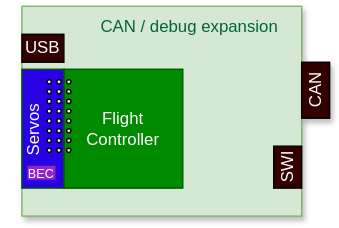
The draw.io diagram documentation/images/PCB_concept.svg in MomoRC-tech/MoGliFC-Flight-Controller, before a commit. Source tidied: cells renumbered, new cells last; positions are measured from the earlier drawing's top-left corner, leaving out a move shared by most shapes.
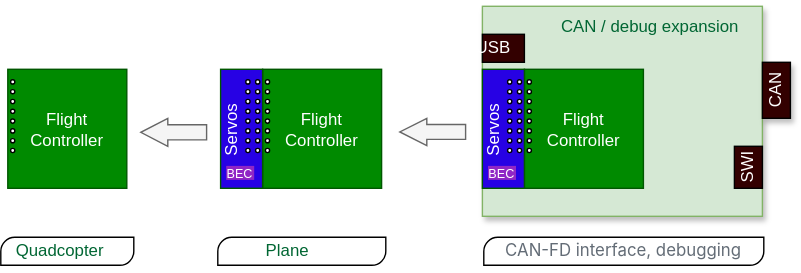
Above is the later version.

What changed in the source:
```diff
@@ -105,10 +105,145 @@
       <mxGeometry x="22" y="20" width="30" height="20" as="geometry" />
     </mxCell>
     <mxCell id="36" value="&lt;font color=&quot;#ffffff&quot;&gt;USB&lt;/font&gt;" style="text;html=1;align=center;verticalAlign=middle;whiteSpace=wrap;rounded=0;rotation=0;" parent="1" vertex="1">
-      <mxGeometry x="7" y="15" width="60" height="30" as="geometry" />
+      <mxGeometry y="15" width="60" height="30" as="geometry" />
     </mxCell>
     <mxCell id="37" value="&lt;font style=&quot;font-size: 9px;&quot;&gt;BEC&lt;/font&gt;" style="rounded=0;whiteSpace=wrap;html=1;fontSize=10;fillColor=#9026c5;strokeColor=none;fontColor=#FFFFFF;" parent="1" vertex="1">
       <mxGeometry x="26" y="114" width="20" height="10" as="geometry" />
     </mxCell>
+    <mxCell id="38" value="Flight&lt;div&gt;Controller&lt;/div&gt;" style="whiteSpace=wrap;html=1;fillColor=#008a00;fontColor=#ffffff;strokeColor=#005700;" parent="1" vertex="1">
+      <mxGeometry x="-317" y="45" width="85" height="85" as="geometry" />
+    </mxCell>
+    <mxCell id="39" style="ellipse;whiteSpace=wrap;html=1;" parent="1" vertex="1">
+      <mxGeometry x="-315" y="52.5" width="3" height="3" as="geometry" />
+    </mxCell>
+    <mxCell id="40" style="ellipse;whiteSpace=wrap;html=1;" parent="1" vertex="1">
+      <mxGeometry x="-315" y="59.5" width="3" height="3" as="geometry" />
+    </mxCell>
+    <mxCell id="41" style="ellipse;whiteSpace=wrap;html=1;" parent="1" vertex="1">
+      <mxGeometry x="-315" y="66.5" width="3" height="3" as="geometry" />
+    </mxCell>
+    <mxCell id="42" style="ellipse;whiteSpace=wrap;html=1;" parent="1" vertex="1">
+      <mxGeometry x="-315" y="73.5" width="3" height="3" as="geometry" />
+    </mxCell>
+    <mxCell id="43" style="ellipse;whiteSpace=wrap;html=1;" parent="1" vertex="1">
+      <mxGeometry x="-315" y="80.5" width="3" height="3" as="geometry" />
+    </mxCell>
+    <mxCell id="44" style="ellipse;whiteSpace=wrap;html=1;" parent="1" vertex="1">
+      <mxGeometry x="-315" y="87.5" width="3" height="3" as="geometry" />
+    </mxCell>
+    <mxCell id="45" style="ellipse;whiteSpace=wrap;html=1;" parent="1" vertex="1">
+      <mxGeometry x="-315" y="94.5" width="3" height="3" as="geometry" />
+    </mxCell>
+    <mxCell id="46" style="ellipse;whiteSpace=wrap;html=1;" parent="1" vertex="1">
+      <mxGeometry x="-315" y="101.5" width="3" height="3" as="geometry" />
+    </mxCell>
+    <mxCell id="47" value="Flight&lt;div&gt;Controller&lt;/div&gt;" style="whiteSpace=wrap;html=1;fillColor=#008a00;fontColor=#ffffff;strokeColor=#005700;" parent="1" vertex="1">
+      <mxGeometry x="-135" y="45" width="85" height="85" as="geometry" />
+    </mxCell>
+    <mxCell id="48" style="rounded=0;whiteSpace=wrap;html=1;fillColor=#2701e4;fontColor=#ffffff;strokeColor=#005700;" parent="1" vertex="1">
+      <mxGeometry x="-165" y="45" width="30" height="85" as="geometry" />
+    </mxCell>
+    <mxCell id="49" style="ellipse;whiteSpace=wrap;html=1;" parent="1" vertex="1">
+      <mxGeometry x="-140" y="52.5" width="3" height="3" as="geometry" />
+    </mxCell>
+    <mxCell id="50" style="ellipse;whiteSpace=wrap;html=1;" parent="1" vertex="1">
+      <mxGeometry x="-147" y="52.5" width="3" height="3" as="geometry" />
+    </mxCell>
+    <mxCell id="51" style="ellipse;whiteSpace=wrap;html=1;" parent="1" vertex="1">
+      <mxGeometry x="-133" y="52.5" width="3" height="3" as="geometry" />
+    </mxCell>
+    <mxCell id="52" style="ellipse;whiteSpace=wrap;html=1;" parent="1" vertex="1">
+      <mxGeometry x="-140" y="59.5" width="3" height="3" as="geometry" />
+    </mxCell>
+    <mxCell id="53" style="ellipse;whiteSpace=wrap;html=1;" parent="1" vertex="1">
+      <mxGeometry x="-147" y="59.5" width="3" height="3" as="geometry" />
+    </mxCell>
+    <mxCell id="54" style="ellipse;whiteSpace=wrap;html=1;" parent="1" vertex="1">
+      <mxGeometry x="-133" y="59.5" width="3" height="3" as="geometry" />
+    </mxCell>
+    <mxCell id="55" style="ellipse;whiteSpace=wrap;html=1;" parent="1" vertex="1">
+      <mxGeometry x="-140" y="66.5" width="3" height="3" as="geometry" />
+    </mxCell>
+    <mxCell id="56" style="ellipse;whiteSpace=wrap;html=1;" parent="1" vertex="1">
+      <mxGeometry x="-147" y="66.5" width="3" height="3" as="geometry" />
+    </mxCell>
+    <mxCell id="57" style="ellipse;whiteSpace=wrap;html=1;" parent="1" vertex="1">
+      <mxGeometry x="-133" y="66.5" width="3" height="3" as="geometry" />
+    </mxCell>
+    <mxCell id="58" style="ellipse;whiteSpace=wrap;html=1;" parent="1" vertex="1">
+      <mxGeometry x="-140" y="73.5" width="3" height="3" as="geometry" />
+    </mxCell>
+    <mxCell id="59" style="ellipse;whiteSpace=wrap;html=1;" parent="1" vertex="1">
+      <mxGeometry x="-147" y="73.5" width="3" height="3" as="geometry" />
+    </mxCell>
+    <mxCell id="60" style="ellipse;whiteSpace=wrap;html=1;" parent="1" vertex="1">
+      <mxGeometry x="-133" y="73.5" width="3" height="3" as="geometry" />
+    </mxCell>
+    <mxCell id="61" style="ellipse;whiteSpace=wrap;html=1;" parent="1" vertex="1">
+      <mxGeometry x="-140" y="80.5" width="3" height="3" as="geometry" />
+    </mxCell>
+    <mxCell id="62" style="ellipse;whiteSpace=wrap;html=1;" parent="1" vertex="1">
+      <mxGeometry x="-147" y="80.5" width="3" height="3" as="geometry" />
+    </mxCell>
+    <mxCell id="63" style="ellipse;whiteSpace=wrap;html=1;" parent="1" vertex="1">
+      <mxGeometry x="-133" y="80.5" width="3" height="3" as="geometry" />
+    </mxCell>
+    <mxCell id="64" style="ellipse;whiteSpace=wrap;html=1;" parent="1" vertex="1">
+      <mxGeometry x="-140" y="87.5" width="3" height="3" as="geometry" />
+    </mxCell>
+    <mxCell id="65" style="ellipse;whiteSpace=wrap;html=1;" parent="1" vertex="1">
+      <mxGeometry x="-147" y="87.5" width="3" height="3" as="geometry" />
+    </mxCell>
+    <mxCell id="66" style="ellipse;whiteSpace=wrap;html=1;" parent="1" vertex="1">
+      <mxGeometry x="-133" y="87.5" width="3" height="3" as="geometry" />
+    </mxCell>
+    <mxCell id="67" style="ellipse;whiteSpace=wrap;html=1;" parent="1" vertex="1">
+      <mxGeometry x="-140" y="94.5" width="3" height="3" as="geometry" />
+    </mxCell>
+    <mxCell id="68" style="ellipse;whiteSpace=wrap;html=1;" parent="1" vertex="1">
+      <mxGeometry x="-147" y="94.5" width="3" height="3" as="geometry" />
+    </mxCell>
+    <mxCell id="69" style="ellipse;whiteSpace=wrap;html=1;" parent="1" vertex="1">
+      <mxGeometry x="-133" y="94.5" width="3" height="3" as="geometry" />
+    </mxCell>
+    <mxCell id="70" style="ellipse;whiteSpace=wrap;html=1;" parent="1" vertex="1">
+      <mxGeometry x="-140" y="101.5" width="3" height="3" as="geometry" />
+    </mxCell>
+    <mxCell id="71" style="ellipse;whiteSpace=wrap;html=1;" parent="1" vertex="1">
+      <mxGeometry x="-147" y="101.5" width="3" height="3" as="geometry" />
+    </mxCell>
+    <mxCell id="72" style="ellipse;whiteSpace=wrap;html=1;" parent="1" vertex="1">
+      <mxGeometry x="-133" y="101.5" width="3" height="3" as="geometry" />
+    </mxCell>
+    <mxCell id="73" value="&lt;font color=&quot;#ffffff&quot;&gt;Servos&lt;/font&gt;" style="text;html=1;align=center;verticalAlign=middle;whiteSpace=wrap;rounded=0;rotation=-90;" parent="1" vertex="1">
+      <mxGeometry x="-187" y="73.5" width="60" height="30" as="geometry" />
+    </mxCell>
+    <mxCell id="74" value="&lt;font style=&quot;font-size: 9px;&quot;&gt;BEC&lt;/font&gt;" style="rounded=0;whiteSpace=wrap;html=1;fontSize=10;fillColor=#9026c5;strokeColor=none;fontColor=#FFFFFF;" parent="1" vertex="1">
+      <mxGeometry x="-161" y="114" width="20" height="10" as="geometry" />
+    </mxCell>
+    <mxCell id="75" style="html=1;shadow=0;dashed=0;align=center;verticalAlign=middle;shape=mxgraph.arrows2.arrow;dy=0.46;dx=19.29;flipH=1;notch=0;fillColor=#f5f5f5;fontColor=#333333;strokeColor=#666666;" parent="1" vertex="1">
+      <mxGeometry x="-37" y="80" width="47" height="19.5" as="geometry" />
+    </mxCell>
+    <mxCell id="76" style="html=1;shadow=0;dashed=0;align=center;verticalAlign=middle;shape=mxgraph.arrows2.arrow;dy=0.46;dx=19.29;flipH=1;notch=0;fillColor=#f5f5f5;fontColor=#333333;strokeColor=#666666;" parent="1" vertex="1">
+      <mxGeometry x="-222" y="80" width="47" height="20" as="geometry" />
+    </mxCell>
+    <mxCell id="77" style="verticalLabelPosition=bottom;verticalAlign=top;html=1;shape=mxgraph.basic.diag_round_rect;dx=6;whiteSpace=wrap;" parent="1" vertex="1">
+      <mxGeometry x="-322" y="165" width="95" height="20" as="geometry" />
+    </mxCell>
+    <mxCell id="78" value="&lt;font color=&quot;#006633&quot;&gt;Quadcopter&lt;/font&gt;" style="text;html=1;align=center;verticalAlign=middle;whiteSpace=wrap;rounded=0;" parent="1" vertex="1">
+      <mxGeometry x="-322" y="160" width="85" height="30" as="geometry" />
+    </mxCell>
+    <mxCell id="79" style="verticalLabelPosition=bottom;verticalAlign=top;html=1;shape=mxgraph.basic.diag_round_rect;dx=6;whiteSpace=wrap;" parent="1" vertex="1">
+      <mxGeometry x="-167" y="165" width="120" height="20" as="geometry" />
+    </mxCell>
+    <mxCell id="80" value="&lt;font color=&quot;#006633&quot;&gt;Plane&lt;/font&gt;" style="text;html=1;align=center;verticalAlign=middle;whiteSpace=wrap;rounded=0;" parent="1" vertex="1">
+      <mxGeometry x="-157" y="160" width="80" height="30" as="geometry" />
+    </mxCell>
+    <mxCell id="81" style="verticalLabelPosition=bottom;verticalAlign=top;html=1;shape=mxgraph.basic.diag_round_rect;dx=6;whiteSpace=wrap;" parent="1" vertex="1">
+      <mxGeometry x="23" y="165" width="200" height="20" as="geometry" />
+    </mxCell>
+    <mxCell id="82" value="&lt;span style=&quot;color: rgb(99, 108, 118); font-family: -apple-system, BlinkMacSystemFont, &amp;quot;Segoe UI&amp;quot;, &amp;quot;Noto Sans&amp;quot;, Helvetica, Arial, sans-serif, &amp;quot;Apple Color Emoji&amp;quot;, &amp;quot;Segoe UI Emoji&amp;quot;; text-align: start; background-color: rgb(255, 255, 255);&quot;&gt;&lt;font style=&quot;font-size: 12px;&quot;&gt;CAN-FD interface, debugging&lt;/font&gt;&lt;/span&gt;" style="text;html=1;align=center;verticalAlign=middle;whiteSpace=wrap;rounded=0;" parent="1" vertex="1">
+      <mxGeometry x="23" y="160" width="200" height="30" as="geometry" />
+    </mxCell>
   </root>
 </mxGraphModel>
```
